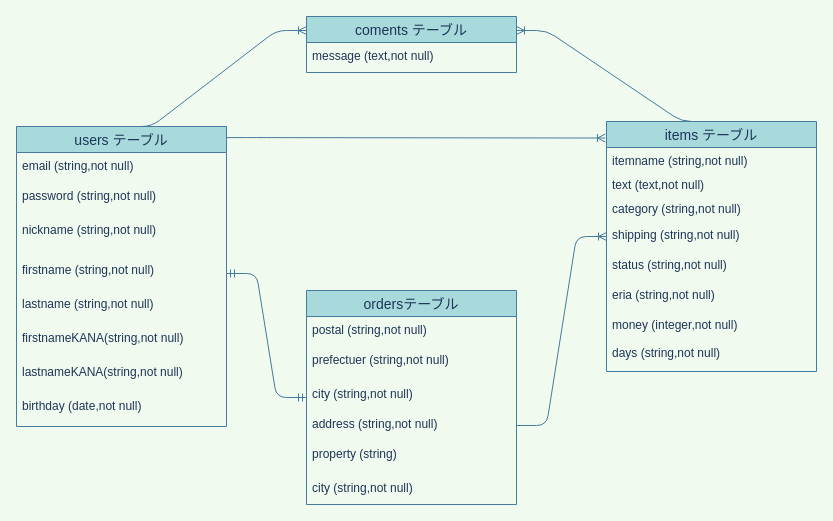
Above: app/er.dio in ucchiii0210/furima-32884 (draw.io), before the change. Source tidied: cells renumbered, new cells numbered last; positions are measured from the earlier drawing's top-left corner, leaving out a move shared by most shapes. Both pictures are drawn from the tidied source at 100%, with x=0, y=0 at pixel (16, 16).
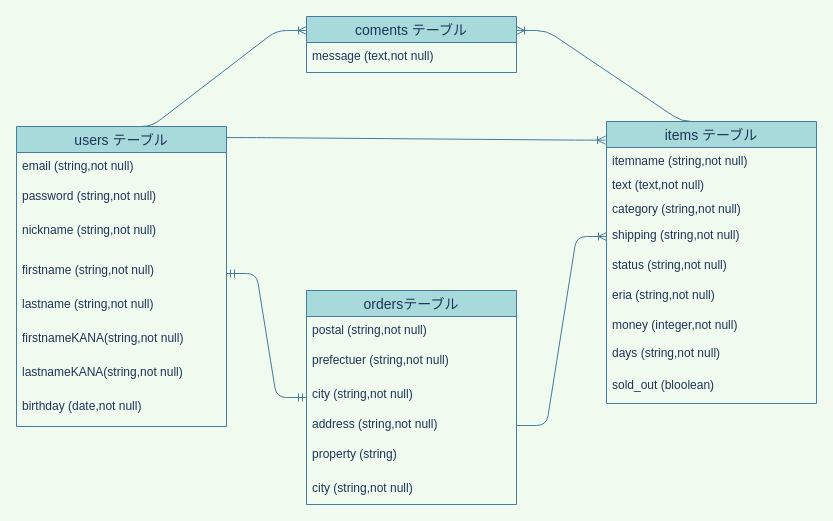
The same diagram, later.

What changed in the source:
```diff
@@
     <mxCell id="12" value="items テーブル" style="swimlane;fontStyle=0;horizontal=1;startSize=26;align=center;fontSize=14;direction=east;fillColor=#A8DADC;strokeColor=#457B9D;fontColor=#1D3557;" parent="1" vertex="1">
-      <mxGeometry x="590" y="105" width="210" height="250" as="geometry" />
+      <mxGeometry x="590" y="105" width="210" height="282" as="geometry" />
     </mxCell>
@@
+    <mxCell id="34" value="days (string,not null)" style="text;strokeColor=none;fillColor=none;spacingLeft=4;spacingRight=4;overflow=hidden;fontSize=12;fontColor=#1D3557;" parent="12" vertex="1">
+      <mxGeometry y="218" width="210" height="32" as="geometry" />
+    </mxCell>
-    <mxCell id="20" value="days (string,not null)" style="text;strokeColor=none;fillColor=none;spacingLeft=4;spacingRight=4;overflow=hidden;fontSize=12;fontColor=#1D3557;" parent="12" vertex="1">
-      <mxGeometry y="218" width="210" height="32" as="geometry" />
+    <mxCell id="20" value="sold_out (bloolean)" style="text;strokeColor=none;fillColor=none;spacingLeft=4;spacingRight=4;overflow=hidden;fontSize=12;fontColor=#1D3557;" parent="12" vertex="1">
+      <mxGeometry y="250" width="210" height="32" as="geometry" />
     </mxCell>
```
